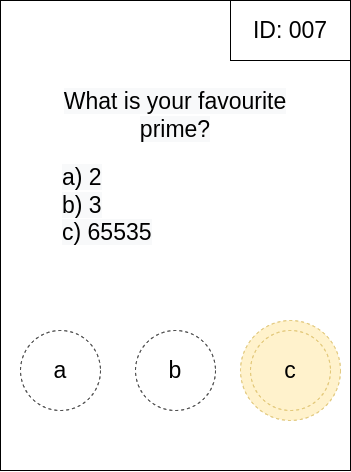
Above: punchscan/resources/high_level_ballot_voted.drawio.png in Lavode/41506-seminar-cryptography-and-data-security (draw.io), before the change. Source tidied: cells renumbered, new cells last; positions are measured from the earlier drawing's top-left corner, leaving out a move shared by most shapes. Its diagram source:
```xml
<mxGraphModel>
  <root>
    <mxCell id="0" />
    <mxCell id="1" parent="0" />
    <mxCell id="2" style="group;spacingLeft=17;" parent="1" vertex="1">
      <mxGeometry width="350" height="470" as="geometry" />
    </mxCell>
    <mxCell id="3" style="rounded=0;whiteSpace=wrap;html=1;" parent="2" vertex="1">
      <mxGeometry width="350" height="470" as="geometry" />
    </mxCell>
    <mxCell id="4" value="ID: 007" style="rounded=0;whiteSpace=wrap;html=1;fontSize=23;" parent="2" vertex="1">
      <mxGeometry x="230" width="120" height="60" as="geometry" />
    </mxCell>
    <mxCell id="5" value="a" style="ellipse;whiteSpace=wrap;html=1;fontSize=23;dashed=1;" parent="2" vertex="1">
      <mxGeometry x="20" y="330" width="80" height="80" as="geometry" />
    </mxCell>
    <mxCell id="6" value="b" style="ellipse;whiteSpace=wrap;html=1;fontSize=23;dashed=1;" parent="2" vertex="1">
      <mxGeometry x="135" y="330" width="80" height="80" as="geometry" />
    </mxCell>
    <mxCell id="7" style="ellipse;whiteSpace=wrap;html=1;fontSize=23;dashed=1;fillColor=#fff2cc;strokeColor=#d6b656;" parent="2" vertex="1">
      <mxGeometry x="240" y="320" width="100" height="100" as="geometry" />
    </mxCell>
    <mxCell id="8" value="c" style="ellipse;whiteSpace=wrap;html=1;fontSize=23;dashed=1;fillColor=#fff2cc;strokeColor=#d6b656;" parent="2" vertex="1">
      <mxGeometry x="250" y="330" width="80" height="80" as="geometry" />
    </mxCell>
    <mxCell id="9" value="&lt;span style=&quot;color: rgb(0, 0, 0); font-family: Helvetica; font-size: 23px; font-style: normal; font-variant-ligatures: normal; font-variant-caps: normal; font-weight: 400; letter-spacing: normal; orphans: 2; text-indent: 0px; text-transform: none; widows: 2; word-spacing: 0px; -webkit-text-stroke-width: 0px; background-color: rgb(248, 249, 250); text-decoration-thickness: initial; text-decoration-style: initial; text-decoration-color: initial; float: none; display: inline !important;&quot;&gt;a) 2&lt;/span&gt;&lt;br style=&quot;color: rgb(0, 0, 0); font-family: Helvetica; font-size: 23px; font-style: normal; font-variant-ligatures: normal; font-variant-caps: normal; font-weight: 400; letter-spacing: normal; orphans: 2; text-indent: 0px; text-transform: none; widows: 2; word-spacing: 0px; -webkit-text-stroke-width: 0px; background-color: rgb(248, 249, 250); text-decoration-thickness: initial; text-decoration-style: initial; text-decoration-color: initial;&quot;&gt;&lt;span style=&quot;color: rgb(0, 0, 0); font-family: Helvetica; font-size: 23px; font-style: normal; font-variant-ligatures: normal; font-variant-caps: normal; font-weight: 400; letter-spacing: normal; orphans: 2; text-indent: 0px; text-transform: none; widows: 2; word-spacing: 0px; -webkit-text-stroke-width: 0px; background-color: rgb(248, 249, 250); text-decoration-thickness: initial; text-decoration-style: initial; text-decoration-color: initial; float: none; display: inline !important;&quot;&gt;b) 3&lt;/span&gt;&lt;br style=&quot;color: rgb(0, 0, 0); font-family: Helvetica; font-size: 23px; font-style: normal; font-variant-ligatures: normal; font-variant-caps: normal; font-weight: 400; letter-spacing: normal; orphans: 2; text-indent: 0px; text-transform: none; widows: 2; word-spacing: 0px; -webkit-text-stroke-width: 0px; background-color: rgb(248, 249, 250); text-decoration-thickness: initial; text-decoration-style: initial; text-decoration-color: initial;&quot;&gt;&lt;span style=&quot;color: rgb(0, 0, 0); font-family: Helvetica; font-size: 23px; font-style: normal; font-variant-ligatures: normal; font-variant-caps: normal; font-weight: 400; letter-spacing: normal; orphans: 2; text-indent: 0px; text-transform: none; widows: 2; word-spacing: 0px; -webkit-text-stroke-width: 0px; background-color: rgb(248, 249, 250); text-decoration-thickness: initial; text-decoration-style: initial; text-decoration-color: initial; float: none; display: inline !important;&quot;&gt;c) 65535&lt;/span&gt;" style="text;html=1;strokeColor=none;fillColor=none;align=left;verticalAlign=middle;whiteSpace=wrap;rounded=0;fontSize=23;" parent="2" vertex="1">
      <mxGeometry x="60" y="160" width="230" height="90" as="geometry" />
    </mxCell>
    <mxCell id="10" value="&lt;span style=&quot;color: rgb(0, 0, 0); font-family: Helvetica; font-size: 23px; font-style: normal; font-variant-ligatures: normal; font-variant-caps: normal; font-weight: 400; letter-spacing: normal; orphans: 2; text-align: center; text-indent: 0px; text-transform: none; widows: 2; word-spacing: 0px; -webkit-text-stroke-width: 0px; background-color: rgb(248, 249, 250); text-decoration-thickness: initial; text-decoration-style: initial; text-decoration-color: initial; float: none; display: inline !important;&quot;&gt;What is your favourite prime?&lt;/span&gt;" style="text;html=1;strokeColor=none;fillColor=none;align=center;verticalAlign=middle;whiteSpace=wrap;rounded=0;fontSize=23;" parent="2" vertex="1">
      <mxGeometry x="40" y="90" width="270" height="50" as="geometry" />
    </mxCell>
  </root>
</mxGraphModel>
```
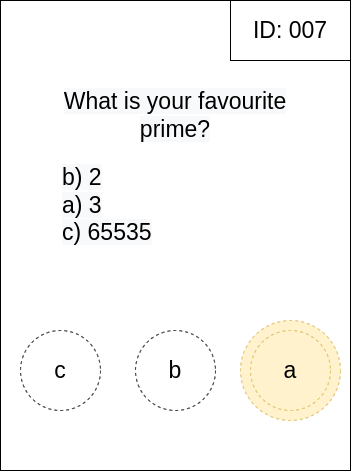
The same diagram one commit later.

Commit message:
Minor changes to example ballot and notation.

The edit, as a diff of the source:
```diff
@@ -11,7 +11,7 @@
     <mxCell id="4" value="ID: 007" style="rounded=0;whiteSpace=wrap;html=1;fontSize=23;" parent="2" vertex="1">
       <mxGeometry x="230" width="120" height="60" as="geometry" />
     </mxCell>
-    <mxCell id="5" value="a" style="ellipse;whiteSpace=wrap;html=1;fontSize=23;dashed=1;" parent="2" vertex="1">
+    <mxCell id="5" value="c" style="ellipse;whiteSpace=wrap;html=1;fontSize=23;dashed=1;" parent="2" vertex="1">
       <mxGeometry x="20" y="330" width="80" height="80" as="geometry" />
     </mxCell>
     <mxCell id="6" value="b" style="ellipse;whiteSpace=wrap;html=1;fontSize=23;dashed=1;" parent="2" vertex="1">
@@ -20,10 +20,10 @@
     <mxCell id="7" style="ellipse;whiteSpace=wrap;html=1;fontSize=23;dashed=1;fillColor=#fff2cc;strokeColor=#d6b656;" parent="2" vertex="1">
       <mxGeometry x="240" y="320" width="100" height="100" as="geometry" />
     </mxCell>
-    <mxCell id="8" value="c" style="ellipse;whiteSpace=wrap;html=1;fontSize=23;dashed=1;fillColor=#fff2cc;strokeColor=#d6b656;" parent="2" vertex="1">
+    <mxCell id="8" value="a" style="ellipse;whiteSpace=wrap;html=1;fontSize=23;dashed=1;fillColor=#fff2cc;strokeColor=#d6b656;" parent="2" vertex="1">
       <mxGeometry x="250" y="330" width="80" height="80" as="geometry" />
     </mxCell>
-    <mxCell id="9" value="&lt;span style=&quot;color: rgb(0, 0, 0); font-family: Helvetica; font-size: 23px; font-style: normal; font-variant-ligatures: normal; font-variant-caps: normal; font-weight: 400; letter-spacing: normal; orphans: 2; text-indent: 0px; text-transform: none; widows: 2; word-spacing: 0px; -webkit-text-stroke-width: 0px; background-color: rgb(248, 249, 250); text-decoration-thickness: initial; text-decoration-style: initial; text-decoration-color: initial; float: none; display: inline !important;&quot;&gt;a) 2&lt;/span&gt;&lt;br style=&quot;color: rgb(0, 0, 0); font-family: Helvetica; font-size: 23px; font-style: normal; font-variant-ligatures: normal; font-variant-caps: normal; font-weight: 400; letter-spacing: normal; orphans: 2; text-indent: 0px; text-transform: none; widows: 2; word-spacing: 0px; -webkit-text-stroke-width: 0px; background-color: rgb(248, 249, 250); text-decoration-thickness: initial; text-decoration-style: initial; text-decoration-color: initial;&quot;&gt;&lt;span style=&quot;color: rgb(0, 0, 0); font-family: Helvetica; font-size: 23px; font-style: normal; font-variant-ligatures: normal; font-variant-caps: normal; font-weight: 400; letter-spacing: normal; orphans: 2; text-indent: 0px; text-transform: none; widows: 2; word-spacing: 0px; -webkit-text-stroke-width: 0px; background-color: rgb(248, 249, 250); text-decoration-thickness: initial; text-decoration-style: initial; text-decoration-color: initial; float: none; display: inline !important;&quot;&gt;b) 3&lt;/span&gt;&lt;br style=&quot;color: rgb(0, 0, 0); font-family: Helvetica; font-size: 23px; font-style: normal; font-variant-ligatures: normal; font-variant-caps: normal; font-weight: 400; letter-spacing: normal; orphans: 2; text-indent: 0px; text-transform: none; widows: 2; word-spacing: 0px; -webkit-text-stroke-width: 0px; background-color: rgb(248, 249, 250); text-decoration-thickness: initial; text-decoration-style: initial; text-decoration-color: initial;&quot;&gt;&lt;span style=&quot;color: rgb(0, 0, 0); font-family: Helvetica; font-size: 23px; font-style: normal; font-variant-ligatures: normal; font-variant-caps: normal; font-weight: 400; letter-spacing: normal; orphans: 2; text-indent: 0px; text-transform: none; widows: 2; word-spacing: 0px; -webkit-text-stroke-width: 0px; background-color: rgb(248, 249, 250); text-decoration-thickness: initial; text-decoration-style: initial; text-decoration-color: initial; float: none; display: inline !important;&quot;&gt;c) 65535&lt;/span&gt;" style="text;html=1;strokeColor=none;fillColor=none;align=left;verticalAlign=middle;whiteSpace=wrap;rounded=0;fontSize=23;" parent="2" vertex="1">
+    <mxCell id="9" value="&lt;span style=&quot;color: rgb(0, 0, 0); font-family: Helvetica; font-size: 23px; font-style: normal; font-variant-ligatures: normal; font-variant-caps: normal; font-weight: 400; letter-spacing: normal; orphans: 2; text-indent: 0px; text-transform: none; widows: 2; word-spacing: 0px; -webkit-text-stroke-width: 0px; background-color: rgb(248, 249, 250); text-decoration-thickness: initial; text-decoration-style: initial; text-decoration-color: initial; float: none; display: inline !important;&quot;&gt;b) 2&lt;/span&gt;&lt;br style=&quot;color: rgb(0, 0, 0); font-family: Helvetica; font-size: 23px; font-style: normal; font-variant-ligatures: normal; font-variant-caps: normal; font-weight: 400; letter-spacing: normal; orphans: 2; text-indent: 0px; text-transform: none; widows: 2; word-spacing: 0px; -webkit-text-stroke-width: 0px; background-color: rgb(248, 249, 250); text-decoration-thickness: initial; text-decoration-style: initial; text-decoration-color: initial;&quot;&gt;&lt;span style=&quot;color: rgb(0, 0, 0); font-family: Helvetica; font-size: 23px; font-style: normal; font-variant-ligatures: normal; font-variant-caps: normal; font-weight: 400; letter-spacing: normal; orphans: 2; text-indent: 0px; text-transform: none; widows: 2; word-spacing: 0px; -webkit-text-stroke-width: 0px; background-color: rgb(248, 249, 250); text-decoration-thickness: initial; text-decoration-style: initial; text-decoration-color: initial; float: none; display: inline !important;&quot;&gt;a) 3&lt;/span&gt;&lt;br style=&quot;color: rgb(0, 0, 0); font-family: Helvetica; font-size: 23px; font-style: normal; font-variant-ligatures: normal; font-variant-caps: normal; font-weight: 400; letter-spacing: normal; orphans: 2; text-indent: 0px; text-transform: none; widows: 2; word-spacing: 0px; -webkit-text-stroke-width: 0px; background-color: rgb(248, 249, 250); text-decoration-thickness: initial; text-decoration-style: initial; text-decoration-color: initial;&quot;&gt;&lt;span style=&quot;color: rgb(0, 0, 0); font-family: Helvetica; font-size: 23px; font-style: normal; font-variant-ligatures: normal; font-variant-caps: normal; font-weight: 400; letter-spacing: normal; orphans: 2; text-indent: 0px; text-transform: none; widows: 2; word-spacing: 0px; -webkit-text-stroke-width: 0px; background-color: rgb(248, 249, 250); text-decoration-thickness: initial; text-decoration-style: initial; text-decoration-color: initial; float: none; display: inline !important;&quot;&gt;c) 65535&lt;/span&gt;" style="text;html=1;strokeColor=none;fillColor=none;align=left;verticalAlign=middle;whiteSpace=wrap;rounded=0;fontSize=23;" parent="2" vertex="1">
       <mxGeometry x="60" y="160" width="230" height="90" as="geometry" />
     </mxCell>
     <mxCell id="10" value="&lt;span style=&quot;color: rgb(0, 0, 0); font-family: Helvetica; font-size: 23px; font-style: normal; font-variant-ligatures: normal; font-variant-caps: normal; font-weight: 400; letter-spacing: normal; orphans: 2; text-align: center; text-indent: 0px; text-transform: none; widows: 2; word-spacing: 0px; -webkit-text-stroke-width: 0px; background-color: rgb(248, 249, 250); text-decoration-thickness: initial; text-decoration-style: initial; text-decoration-color: initial; float: none; display: inline !important;&quot;&gt;What is your favourite prime?&lt;/span&gt;" style="text;html=1;strokeColor=none;fillColor=none;align=center;verticalAlign=middle;whiteSpace=wrap;rounded=0;fontSize=23;" parent="2" vertex="1">
```
